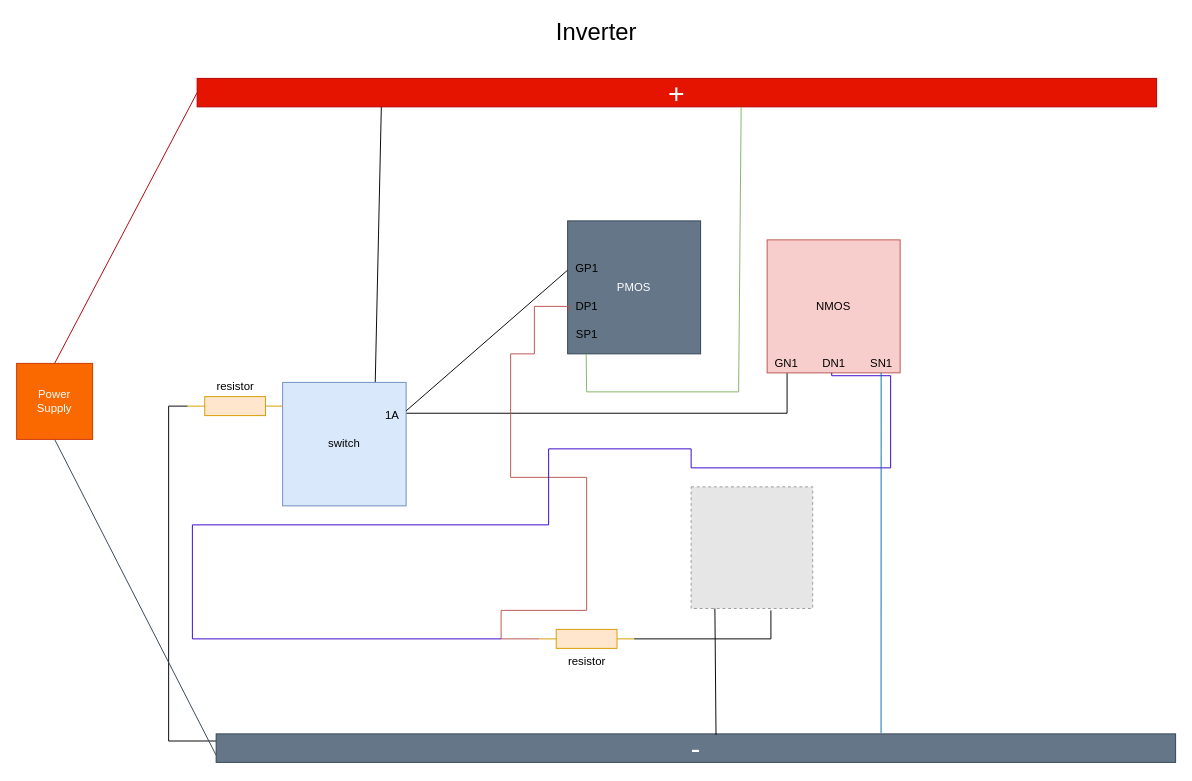
Above: page "Page-1" (1 of 5) of Untitled Diagram.drawio in jamesma123/freeCodeCamp (draw.io), before the change. Source tidied: cells renumbered, new cells numbered last; positions are measured from the earlier drawing's top-left corner, leaving out a move shared by most shapes. Both pictures are drawn from the tidied source at 95%, with x=0, y=0 at pixel (16, 21). Pictures stored in the file or linked from it are replaced by grey dashed boxes.
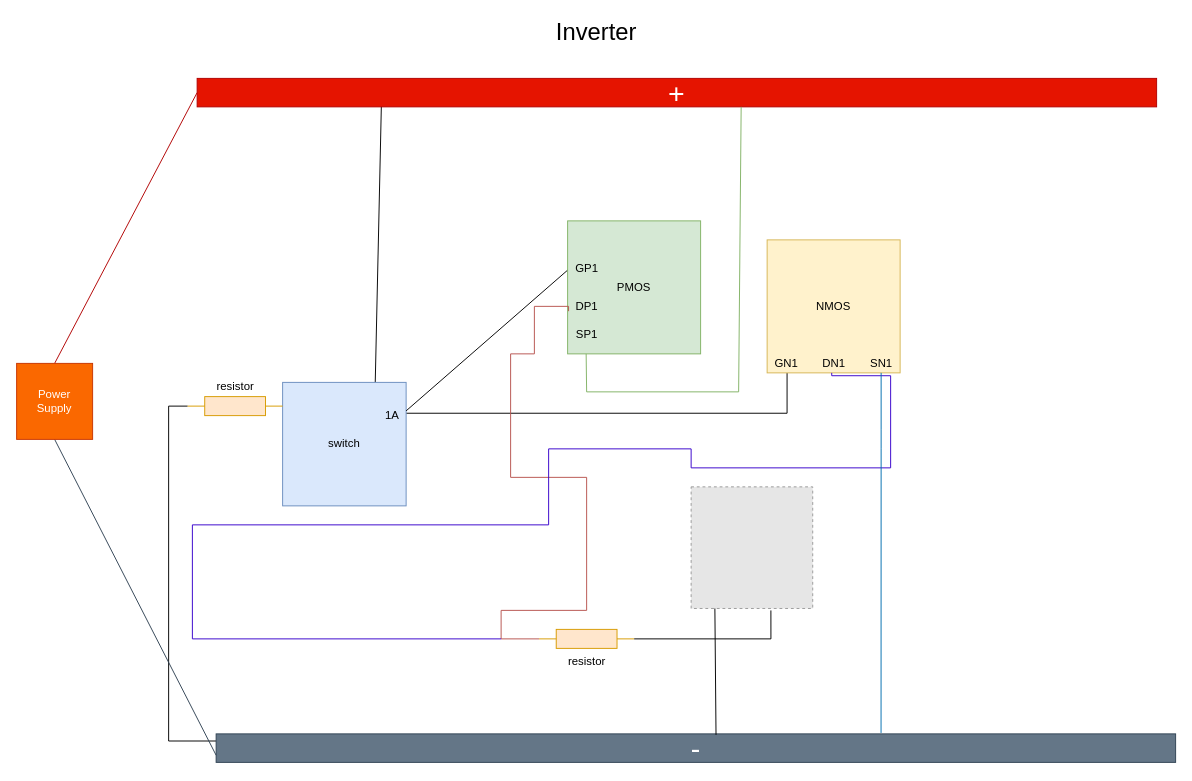
The same page after the edit.

Diff of the diagram source:
```diff
@@
-    <mxCell id="9" value="PMOS" style="whiteSpace=wrap;html=1;fillColor=#647687;strokeColor=#314354;fontColor=#ffffff;" parent="1" vertex="1">
+    <mxCell id="9" value="PMOS" style="whiteSpace=wrap;html=1;fillColor=#d5e8d4;strokeColor=#82b366;" parent="1" vertex="1">
       <mxGeometry x="580" y="210" width="140" height="140" as="geometry" />
     </mxCell>
@@
-    <mxCell id="11" value="NMOS" style="whiteSpace=wrap;html=1;fillColor=#f8cecc;strokeColor=#b85450;" parent="1" vertex="1">
+    <mxCell id="11" value="NMOS" style="whiteSpace=wrap;html=1;fillColor=#fff2cc;strokeColor=#d6b656;" parent="1" vertex="1">
       <mxGeometry x="790" y="230" width="140" height="140" as="geometry" />
     </mxCell>
```
